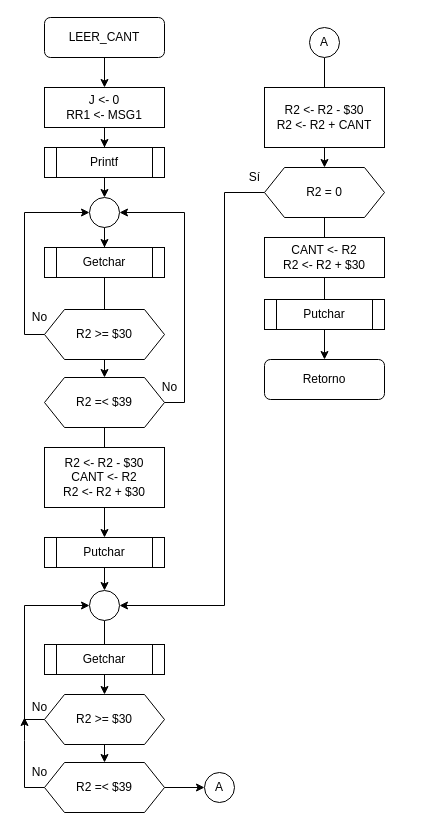
This is Tarea 3/LEER_CANT.drawio from robz25/Microprocesadores, a draw.io file, before an edit. Source tidied: cells renumbered, new cells numbered last; positions are measured from the earlier drawing's top-left corner, leaving out a move shared by most shapes. Both pictures are drawn from the tidied source at 100%, with x=0, y=0 at pixel (24, 17).
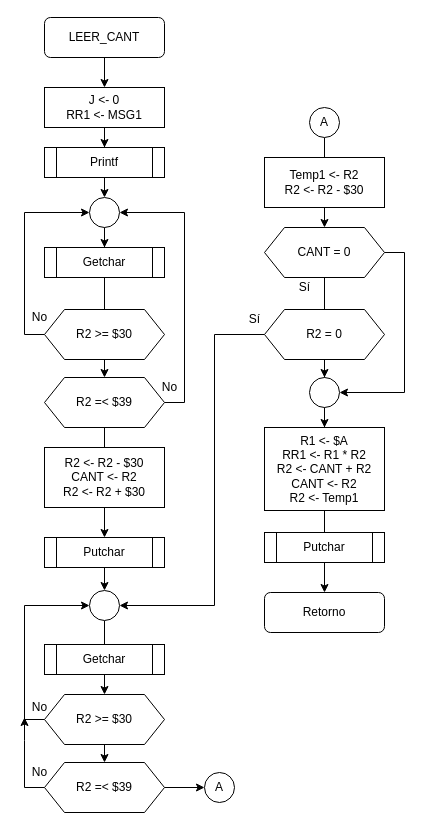
The same diagram, later.

Unchanged cells that the change refers to:
```xml
<mxCell id="29" style="ellipse;whiteSpace=wrap;html=1;" parent="1" vertex="1">
  <mxGeometry x="65" y="573" width="30" height="30" as="geometry" />
</mxCell>
```

What changed in the source:
```diff
@@
-    <mxCell id="30" style="edgeStyle=orthogonalEdgeStyle;rounded=0;jettySize=auto;html=1;" parent="1" edge="1" source="31" target="35">
-      <mxGeometry relative="1" as="geometry" />
-    </mxCell>
+    <mxCell id="44" style="edgeStyle=orthogonalEdgeStyle;rounded=0;jettySize=auto;html=1;" parent="1" edge="1" source="31" target="47">
+      <mxGeometry relative="1" as="geometry" />
+    </mxCell>
     <mxCell id="31" value="A" style="ellipse;whiteSpace=wrap;html=1;" parent="1" vertex="1">
-      <mxGeometry x="285" y="10" width="30" height="30" as="geometry" />
+      <mxGeometry x="285" y="90" width="30" height="30" as="geometry" />
     </mxCell>
@@
-    <mxCell id="33" style="edgeStyle=orthogonalEdgeStyle;rounded=0;jettySize=auto;html=1;entryX=1;entryY=0.5;entryDx=0;entryDy=0;" parent="1" edge="1" source="35" target="29">
-      <mxGeometry relative="1" as="geometry">
-        <Array as="points">
-          <mxPoint x="200" y="175" />
-          <mxPoint x="200" y="588" />
-        </Array>
-      </mxGeometry>
-    </mxCell>
@@
-    <mxCell id="35" value="R2 = 0" style="shape=hexagon;perimeter=hexagonPerimeter2;whiteSpace=wrap;html=1;fixedSize=1;" parent="1" vertex="1">
-      <mxGeometry x="240" y="150" width="120" height="50" as="geometry" />
-    </mxCell>
     <mxCell id="36" value="Sí" style="text;html=1;align=center;verticalAlign=middle;" parent="1" vertex="1">
-      <mxGeometry x="215" y="150" width="30" height="20" as="geometry" />
+      <mxGeometry x="215" y="292" width="30" height="20" as="geometry" />
     </mxCell>
     <mxCell id="37" value="Putchar" style="shape=process;whiteSpace=wrap;html=1;backgroundOutline=1;" parent="1" vertex="1">
-      <mxGeometry x="240" y="282" width="120" height="30" as="geometry" />
+      <mxGeometry x="240" y="515" width="120" height="30" as="geometry" />
     </mxCell>
     <mxCell id="38" value="Retorno" style="rounded=1;whiteSpace=wrap;html=1;" parent="1" vertex="1">
-      <mxGeometry x="240" y="342" width="120" height="40" as="geometry" />
+      <mxGeometry x="240" y="575" width="120" height="40" as="geometry" />
     </mxCell>
-    <mxCell id="39" value="&lt;div&gt;R2 &amp;lt;- R2 - $30&lt;/div&gt;&lt;div&gt;R2 &amp;lt;- R2 + CANT&lt;/div&gt;" style="rounded=0;whiteSpace=wrap;html=1;" parent="1" vertex="1">
-      <mxGeometry x="240" y="70" width="120" height="60" as="geometry" />
+    <mxCell id="39" value="&lt;div&gt;Temp1 &amp;lt;- R2&lt;br&gt;&lt;/div&gt;&lt;div&gt;R2 &amp;lt;- R2 - $30&lt;/div&gt;" style="rounded=0;whiteSpace=wrap;html=1;" parent="1" vertex="1">
+      <mxGeometry x="240" y="140" width="120" height="50" as="geometry" />
     </mxCell>
@@
-    <mxCell id="43" value="&lt;div&gt;CANT &amp;lt;- R2&lt;/div&gt;&lt;div&gt;R2 &amp;lt;- R2 + $30&lt;br&gt;&lt;/div&gt;" style="rounded=0;whiteSpace=wrap;html=1;" parent="1" vertex="1">
-      <mxGeometry x="240" y="220" width="120" height="40" as="geometry" />
+    <mxCell id="43" value="&lt;div&gt;R1 &amp;lt;- $A&lt;/div&gt;&lt;div&gt;RR1 &amp;lt;- R1 * R2&lt;/div&gt;&lt;div&gt;R2 &amp;lt;- CANT + R2&lt;/div&gt;&lt;div&gt;CANT &amp;lt;- R2&lt;/div&gt;&lt;div&gt;R2 &amp;lt;- Temp1&lt;br&gt;&lt;/div&gt;" style="rounded=0;whiteSpace=wrap;html=1;" parent="1" vertex="1">
+      <mxGeometry x="240" y="410" width="120" height="83" as="geometry" />
     </mxCell>
+    <mxCell id="45" style="edgeStyle=orthogonalEdgeStyle;rounded=0;jettySize=auto;html=1;" parent="1" edge="1" source="49" target="43">
+      <mxGeometry relative="1" as="geometry" />
+    </mxCell>
+    <mxCell id="46" style="edgeStyle=orthogonalEdgeStyle;rounded=0;jettySize=auto;html=1;entryX=1;entryY=0.5;entryDx=0;entryDy=0;" parent="1" edge="1" source="47" target="49">
+      <mxGeometry relative="1" as="geometry">
+        <Array as="points">
+          <mxPoint x="380" y="235" />
+          <mxPoint x="380" y="375" />
+        </Array>
+      </mxGeometry>
+    </mxCell>
+    <mxCell id="47" value="CANT = 0" style="shape=hexagon;perimeter=hexagonPerimeter2;whiteSpace=wrap;html=1;fixedSize=1;" parent="1" vertex="1">
+      <mxGeometry x="240" y="210" width="120" height="50" as="geometry" />
+    </mxCell>
+    <mxCell id="33" style="edgeStyle=orthogonalEdgeStyle;rounded=0;jettySize=auto;html=1;entryX=1;entryY=0.5;entryDx=0;entryDy=0;" parent="1" edge="1" source="35" target="29">
+      <mxGeometry relative="1" as="geometry">
+        <Array as="points">
+          <mxPoint x="190" y="317" />
+          <mxPoint x="190" y="588" />
+        </Array>
+      </mxGeometry>
+    </mxCell>
+    <mxCell id="48" value="Sí" style="text;html=1;align=center;verticalAlign=middle;" parent="1" vertex="1">
+      <mxGeometry x="265" y="260" width="30" height="20" as="geometry" />
+    </mxCell>
+    <mxCell id="49" style="ellipse;whiteSpace=wrap;html=1;" parent="1" vertex="1">
+      <mxGeometry x="285" y="360" width="30" height="30" as="geometry" />
+    </mxCell>
+    <mxCell id="50" style="edgeStyle=orthogonalEdgeStyle;rounded=0;jettySize=auto;html=1;" parent="1" edge="1" source="47" target="49">
+      <mxGeometry relative="1" as="geometry" />
+    </mxCell>
+    <mxCell id="35" value="R2 = 0" style="shape=hexagon;perimeter=hexagonPerimeter2;whiteSpace=wrap;html=1;fixedSize=1;" parent="1" vertex="1">
+      <mxGeometry x="240" y="292" width="120" height="50" as="geometry" />
+    </mxCell>
```
